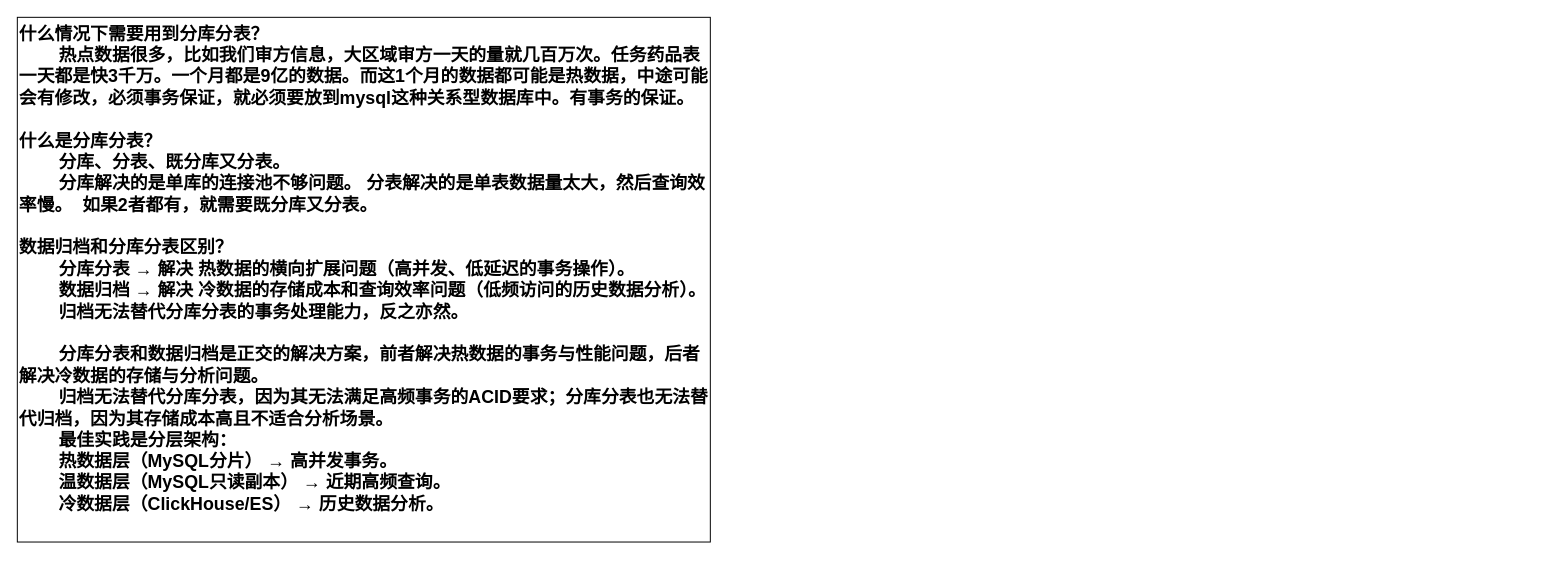
Earlier version of the draw.io diagram JAVA/分库分表.drawio (KGwolf/MyDraw). Source tidied: cells renumbered, new cells numbered last; positions are measured from the earlier drawing's top-left corner, leaving out a move shared by most shapes. Both pictures are drawn from the tidied source at 99%, with x=0, y=0 at pixel (17, 17).
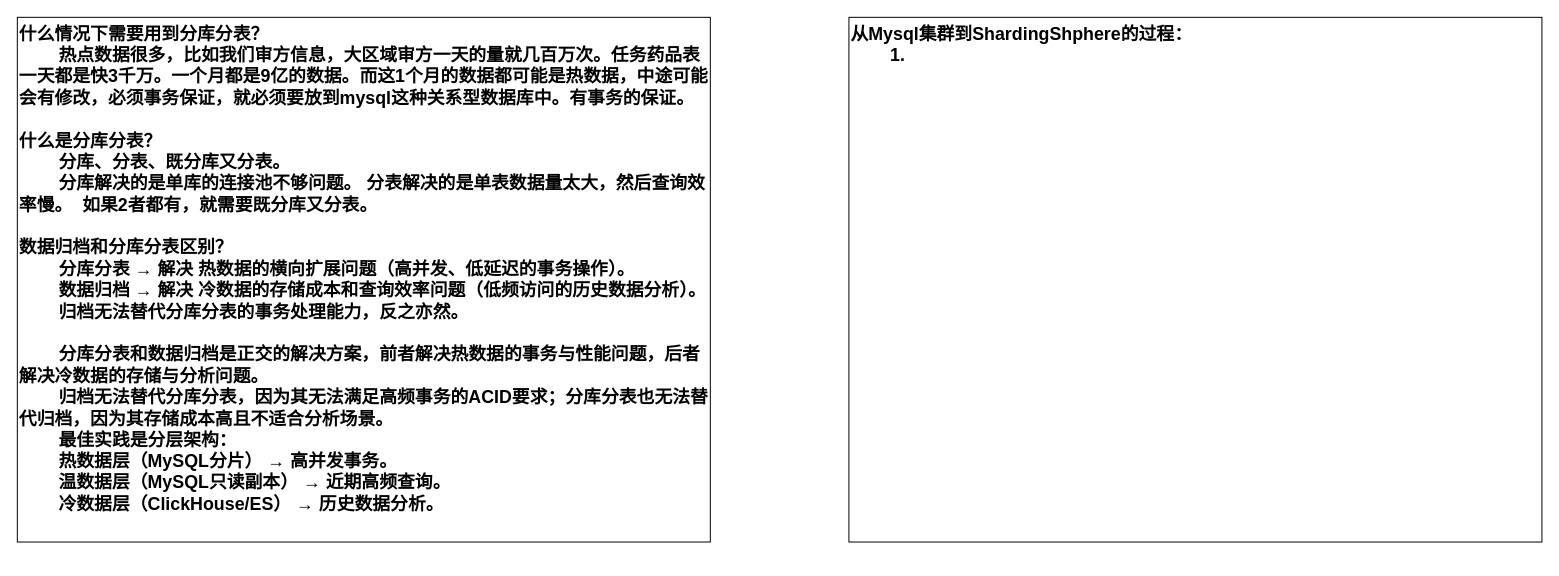
The same diagram, later.

Commit message:
更新分库分表.drawio

Change to the diagram source:
```diff
@@
 <mxGraphModel>
   <root>
     <mxCell id="0" />
     <mxCell id="1" parent="0" />
     <mxCell id="2" value="什么情况下需要用到分库分表？&lt;div&gt;&lt;span style=&quot;white-space: pre;&quot;&gt;&#9;&lt;/span&gt;热点数据很多，比如我们审方信息，大区域审方一天的量就几百万次。任务药品表一天都是快3千万。一个月都是9亿的数据。而这1个月的数据都可能是热数据，中途可能会有修改，必须事务保证，就必须要放到mysql这种关系型数据库中。有事务的保证。&amp;nbsp;&lt;br&gt;&lt;/div&gt;&lt;div&gt;&lt;br&gt;&lt;/div&gt;&lt;div&gt;什么是分库分表？&lt;/div&gt;&lt;div&gt;&lt;span style=&quot;white-space: pre;&quot;&gt;&#9;&lt;/span&gt;分库、分表、既分库又分表。&lt;br&gt;&lt;/div&gt;&lt;div&gt;&lt;span style=&quot;white-space: pre;&quot;&gt;&#9;&lt;/span&gt;分库解决的是单库的连接池不够问题。 分表解决的是单表数据量太大，然后查询效率慢。&amp;nbsp; 如果2者都有，就需要既分库又分表。&lt;br&gt;&lt;/div&gt;&lt;div&gt;&lt;br&gt;&lt;/div&gt;&lt;div&gt;数据归档和分库分表区别？&lt;/div&gt;&lt;div&gt;&lt;span style=&quot;white-space: pre;&quot;&gt;&#9;&lt;/span&gt;&lt;span style=&quot;background-color: transparent;&quot;&gt;分库分表 → 解决 热数据的横向扩展问题（高并发、低延迟的事务操作）。&lt;br&gt;&lt;span style=&quot;white-space: pre;&quot;&gt;&#9;&lt;/span&gt;数据归档 → 解决 冷数据的存储成本和查询效率问题（低频访问的历史数据分析）。&lt;br&gt;&lt;span style=&quot;white-space: pre;&quot;&gt;&#9;&lt;/span&gt;归档无法替代分库分表的事务处理能力，反之亦然。&lt;/span&gt;&lt;br&gt;&lt;/div&gt;&lt;div&gt;&lt;span style=&quot;background-color: transparent;&quot;&gt;&lt;br&gt;&lt;/span&gt;&lt;/div&gt;&lt;div&gt;&lt;span style=&quot;background-color: transparent;&quot;&gt;&lt;span style=&quot;white-space: pre;&quot;&gt;&#9;&lt;/span&gt;&lt;/span&gt;&lt;span style=&quot;background-color: transparent;&quot;&gt;分库分表和数据归档是正交的解决方案，前者解决热数据的事务与性能问题，后者解决冷数据的存储与分析问题。&lt;br&gt;&lt;span style=&quot;white-space: pre;&quot;&gt;&#9;&lt;/span&gt;归档无法替代分库分表，因为其无法满足高频事务的ACID要求；分库分表也无法替代归档，因为其存储成本高且不适合分析场景。&lt;br&gt;&lt;span style=&quot;white-space: pre;&quot;&gt;&#9;&lt;/span&gt;最佳实践是分层架构：&lt;br&gt;&lt;span style=&quot;white-space: pre;&quot;&gt;&#9;&lt;/span&gt;热数据层（MySQL分片） → 高并发事务。&lt;br&gt;&lt;span style=&quot;white-space: pre;&quot;&gt;&#9;&lt;/span&gt;温数据层（MySQL只读副本） → 近期高频查询。&lt;br&gt;&lt;span style=&quot;white-space: pre;&quot;&gt;&#9;&lt;/span&gt;冷数据层（ClickHouse/ES） → 历史数据分析。&lt;/span&gt;&lt;/div&gt;&lt;div&gt;&lt;span style=&quot;background-color: transparent;&quot;&gt;&lt;br&gt;&lt;br&gt;&lt;/span&gt;&lt;/div&gt;" style="rounded=0;whiteSpace=wrap;html=1;fontSize=18;fontStyle=1;verticalAlign=top;align=left;" parent="1" vertex="1">
       <mxGeometry width="700" height="530" as="geometry" />
     </mxCell>
+    <mxCell id="3" value="从Mysql集群到ShardingShphere的过程：&lt;div&gt;&lt;span style=&quot;white-space: pre;&quot;&gt;&#9;&lt;/span&gt;1.&lt;br&gt;&lt;/div&gt;" style="rounded=0;whiteSpace=wrap;html=1;fontSize=18;fontStyle=1;verticalAlign=top;align=left;" parent="1" vertex="1">
+      <mxGeometry x="840" width="700" height="530" as="geometry" />
+    </mxCell>
   </root>
 </mxGraphModel>
```
